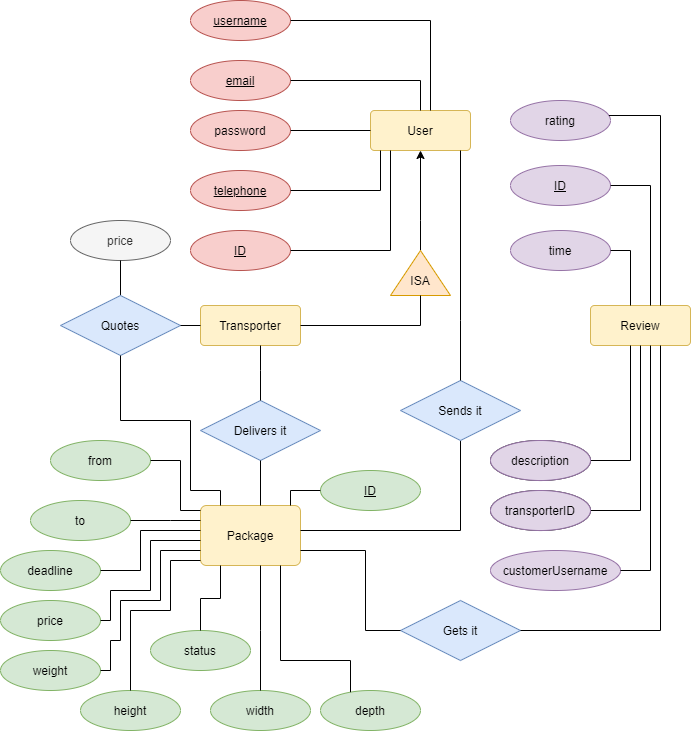
This is docs/datamodel.png from Movesy/movesy, a draw.io export, as it was before one commit. Source tidied: cells renumbered, new cells last; positions are measured from the earlier drawing's top-left corner, leaving out a move shared by most shapes.
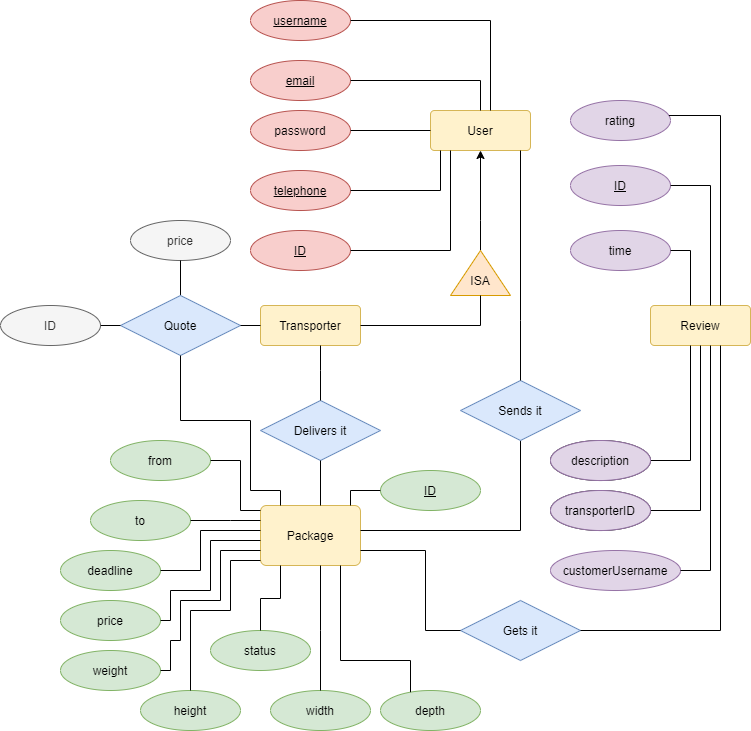
The same diagram one commit later.

Diff of the diagram source:
```diff
@@ -293,7 +293,7 @@
     <mxCell id="57" style="endArrow=none;html=1;rounded=0;edgeStyle=orthogonalEdgeStyle;" parent="1" edge="1" source="56" target="58">
       <mxGeometry relative="1" as="geometry" />
     </mxCell>
-    <mxCell id="58" value="Quotes" style="shape=rhombus;perimeter=rhombusPerimeter;whiteSpace=wrap;html=1;align=center;fillColor=#dae8fc;strokeColor=#6c8ebf;" parent="1" vertex="1">
+    <mxCell id="58" value="Quote" style="shape=rhombus;perimeter=rhombusPerimeter;whiteSpace=wrap;html=1;align=center;fillColor=#dae8fc;strokeColor=#6c8ebf;" parent="1" vertex="1">
       <mxGeometry x="60" y="295" width="120" height="60" as="geometry" />
     </mxCell>
     <mxCell id="59" style="endArrow=none;html=1;rounded=0;edgeStyle=orthogonalEdgeStyle;" parent="1" edge="1" source="58" target="14">
@@ -332,5 +332,11 @@
         </Array>
       </mxGeometry>
     </mxCell>
+    <mxCell id="67" value="ID" style="ellipse;whiteSpace=wrap;html=1;align=center;fillColor=#f5f5f5;strokeColor=#666666;fontColor=#333333;" parent="1" vertex="1">
+      <mxGeometry x="-60" y="305" width="100" height="40" as="geometry" />
+    </mxCell>
+    <mxCell id="68" style="endArrow=none;html=1;rounded=0;edgeStyle=orthogonalEdgeStyle;" parent="1" edge="1" source="67" target="58">
+      <mxGeometry relative="1" as="geometry" />
+    </mxCell>
   </root>
 </mxGraphModel>
```
